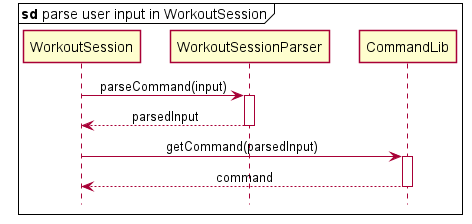
This is docs/pictures/jinyang/ReturnMsgToUser.png from zsk612/tp, a PlantUML export, as it was before one commit.
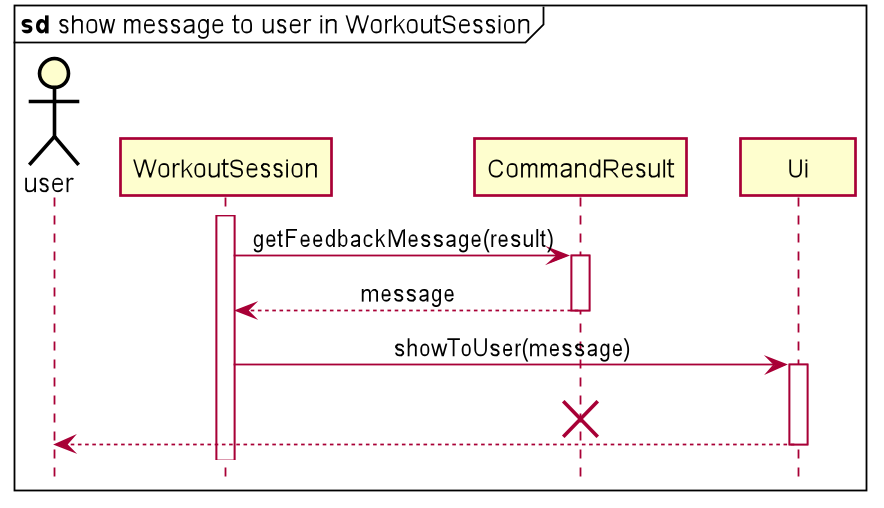
After the change.

Diff of the diagram source:
```diff
@@ -41,12 +41,16 @@
 hide members
 hide circle
 
-mainframe <b>sd</b> parse user input in WorkoutSession
+mainframe <b>sd</b> show message to user in WorkoutSession
+actor user
 
-WorkoutSession -> WorkoutSessionParser ++ : parseCommand(input)
-WorkoutSessionParser --> WorkoutSession -- : parsedInput
+activate WorkoutSession
+WorkoutSession -> CommandResult ++ : getFeedbackMessage(result)
+CommandResult --> WorkoutSession -- : message
+WorkoutSession -> Ui ++ : showToUser(message)
+destroy CommandResult
+Ui --> user
+deactivate Ui
 
-WorkoutSession -> CommandLib ++ : getCommand(parsedInput)
-CommandLib --> WorkoutSession -- : command
 
 @enduml
```
